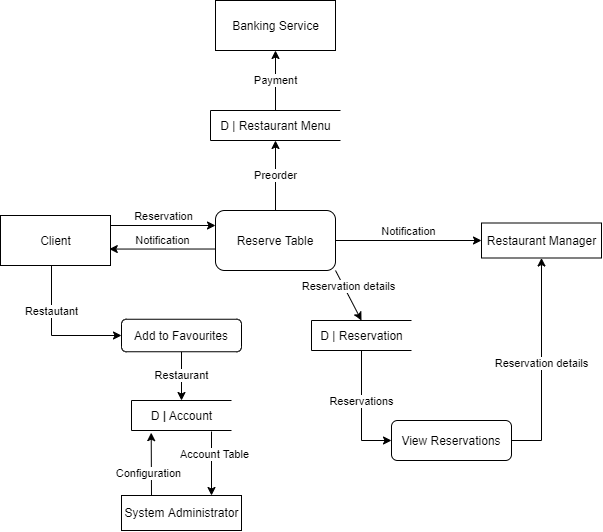
This is rezervito-hw-03/Rezervito Diagrams/Data Flow LVL1.png from ivanchuchulski/fmi-requirements-analisys, a draw.io export, as it was before one commit. Source tidied: cells renumbered, new cells last; positions are measured from the earlier drawing's top-left corner, leaving out a move shared by most shapes. Source of this version:
```xml
<mxGraphModel>
  <root>
    <mxCell id="0" />
    <mxCell id="1" parent="0" />
    <mxCell id="2" style="edgeStyle=orthogonalEdgeStyle;rounded=0;jettySize=auto;html=1;startArrow=none;startFill=0;entryX=0;entryY=0.5;entryDx=0;entryDy=0;exitX=0.5;exitY=1;exitDx=0;exitDy=0;" parent="1" edge="1" source="4" target="24">
      <mxGeometry relative="1" as="geometry">
        <Array as="points">
          <mxPoint x="51" y="265" />
          <mxPoint x="51" y="335" />
        </Array>
      </mxGeometry>
    </mxCell>
    <mxCell id="3" value="Restautant" style="edgeLabel;html=1;align=center;verticalAlign=middle;" parent="2" vertex="1">
      <mxGeometry x="-0.31" relative="1" as="geometry" />
    </mxCell>
    <mxCell id="4" value="Client" style="html=1;dashed=0;whitespace=wrap;" parent="1" vertex="1">
      <mxGeometry y="215" width="110" height="50" as="geometry" />
    </mxCell>
    <mxCell id="5" value="Banking Service" style="html=1;dashed=0;whitespace=wrap;" parent="1" vertex="1">
      <mxGeometry x="215" width="120" height="50" as="geometry" />
    </mxCell>
    <mxCell id="6" value="System Administrator" style="html=1;dashed=0;whitespace=wrap;" parent="1" vertex="1">
      <mxGeometry x="121" y="495" width="120" height="35" as="geometry" />
    </mxCell>
    <mxCell id="7" value="Restaurant Manager" style="html=1;dashed=0;whitespace=wrap;" parent="1" vertex="1">
      <mxGeometry x="481" y="222.5" width="120" height="35" as="geometry" />
    </mxCell>
    <mxCell id="8" value="Payment" style="endArrow=classic;startArrow=none;html=1;exitX=0.5;exitY=0;exitDx=0;exitDy=0;entryX=0.5;entryY=1;entryDx=0;entryDy=0;startFill=0;" parent="1" edge="1" source="15" target="5">
      <mxGeometry relative="1" as="geometry" />
    </mxCell>
    <mxCell id="9" value="Preorder" style="edgeStyle=orthogonalEdgeStyle;rounded=0;jettySize=auto;html=1;entryX=0.5;entryY=1;entryDx=0;entryDy=0;startArrow=none;startFill=0;" parent="1" edge="1" source="10" target="15">
      <mxGeometry relative="1" as="geometry" />
    </mxCell>
    <mxCell id="10" value="Reserve Table" style="rounded=1;whiteSpace=wrap;html=1;" parent="1" vertex="1">
      <mxGeometry x="215" y="210" width="120" height="60" as="geometry" />
    </mxCell>
    <mxCell id="11" value="Reservations" style="edgeStyle=orthogonalEdgeStyle;rounded=0;jettySize=auto;html=1;entryX=0;entryY=0.5;entryDx=0;entryDy=0;startArrow=none;startFill=0;verticalAlign=bottom;" parent="1" edge="1" source="12" target="22">
      <mxGeometry relative="1" as="geometry">
        <Array as="points">
          <mxPoint x="361" y="440" />
        </Array>
      </mxGeometry>
    </mxCell>
    <mxCell id="12" value="D | Reservation" style="html=1;dashed=0;whitespace=wrap;shape=partialRectangle;right=0;" parent="1" vertex="1">
      <mxGeometry x="311" y="320" width="100" height="30" as="geometry" />
    </mxCell>
    <mxCell id="13" value="D &lt;b&gt;|&lt;/b&gt;&amp;nbsp;Account" style="html=1;dashed=0;whitespace=wrap;shape=partialRectangle;right=0;" parent="1" vertex="1">
      <mxGeometry x="131" y="400" width="100" height="30" as="geometry" />
    </mxCell>
    <mxCell id="14" value="Reservation" style="endArrow=classic;startArrow=none;html=1;entryX=0;entryY=0.25;entryDx=0;entryDy=0;startFill=0;verticalAlign=bottom;" parent="1" edge="1" target="10">
      <mxGeometry relative="1" as="geometry">
        <mxPoint x="110" y="225" as="sourcePoint" />
      </mxGeometry>
    </mxCell>
    <mxCell id="15" value="D | Restaurant Menu" style="html=1;dashed=0;whitespace=wrap;shape=partialRectangle;right=0;" parent="1" vertex="1">
      <mxGeometry x="210" y="110" width="130" height="30" as="geometry" />
    </mxCell>
    <mxCell id="16" value="Notification" style="endArrow=classic;startArrow=none;html=1;entryX=0.989;entryY=0.671;entryDx=0;entryDy=0;startFill=0;verticalAlign=bottom;exitX=-0.005;exitY=0.642;exitDx=0;exitDy=0;exitPerimeter=0;entryPerimeter=0;" parent="1" edge="1" source="10" target="4">
      <mxGeometry relative="1" as="geometry" />
    </mxCell>
    <mxCell id="17" value="Notification" style="endArrow=classic;startArrow=none;html=1;entryX=0;entryY=0.5;entryDx=0;entryDy=0;startFill=0;verticalAlign=bottom;exitX=1;exitY=0.5;exitDx=0;exitDy=0;" parent="1" edge="1" source="10" target="7">
      <mxGeometry relative="1" as="geometry" />
    </mxCell>
    <mxCell id="18" value="Reservation details" style="endArrow=classic;startArrow=none;html=1;entryX=0.5;entryY=0;entryDx=0;entryDy=0;startFill=0;verticalAlign=bottom;exitX=1;exitY=1;exitDx=0;exitDy=0;" parent="1" edge="1" source="10" target="12">
      <mxGeometry relative="1" as="geometry" />
    </mxCell>
    <mxCell id="19" style="edgeStyle=orthogonalEdgeStyle;rounded=0;orthogonalLoop=1;jettySize=auto;html=1;exitX=0.5;exitY=1;exitDx=0;exitDy=0;startArrow=none;startFill=0;" parent="1" edge="1" source="12" target="12">
      <mxGeometry relative="1" as="geometry" />
    </mxCell>
    <mxCell id="20" value="Configuration" style="endArrow=classic;startArrow=none;html=1;startFill=0;verticalAlign=middle;exitX=0.25;exitY=0;exitDx=0;exitDy=0;entryX=0.197;entryY=1.072;entryDx=0;entryDy=0;entryPerimeter=0;" parent="1" edge="1" source="6" target="13">
      <mxGeometry x="-0.27" y="3" relative="1" as="geometry" />
    </mxCell>
    <mxCell id="21" value="&lt;span style=&quot;color: rgb(0 , 0 , 0) ; font-family: &amp;#34;helvetica&amp;#34; ; font-size: 11px ; font-style: normal ; font-weight: 400 ; letter-spacing: normal ; text-align: center ; text-indent: 0px ; text-transform: none ; word-spacing: 0px ; background-color: rgb(255 , 255 , 255) ; float: none ; display: inline&quot;&gt;Reservation details&lt;/span&gt;&lt;br&gt;" style="edgeStyle=orthogonalEdgeStyle;rounded=0;jettySize=auto;html=1;startArrow=none;startFill=0;entryX=0.5;entryY=1;entryDx=0;entryDy=0;exitX=1;exitY=0.5;exitDx=0;exitDy=0;" parent="1" edge="1" source="22" target="7">
      <mxGeometry relative="1" as="geometry">
        <Array as="points">
          <mxPoint x="541" y="440" />
        </Array>
      </mxGeometry>
    </mxCell>
    <mxCell id="22" value="View Reservations" style="rounded=1;whiteSpace=wrap;html=1;" parent="1" vertex="1">
      <mxGeometry x="391" y="420" width="120" height="40" as="geometry" />
    </mxCell>
    <mxCell id="23" value="Restaurant" style="edgeStyle=orthogonalEdgeStyle;rounded=0;jettySize=auto;html=1;entryX=0.5;entryY=0;entryDx=0;entryDy=0;startArrow=none;startFill=0;" parent="1" edge="1" source="24" target="13">
      <mxGeometry relative="1" as="geometry" />
    </mxCell>
    <mxCell id="24" value="Add to Favourites" style="rounded=1;whiteSpace=wrap;html=1;" parent="1" vertex="1">
      <mxGeometry x="121" y="318.8" width="120" height="32.5" as="geometry" />
    </mxCell>
    <mxCell id="25" value="Account Table" style="endArrow=classic;startArrow=none;html=1;startFill=0;verticalAlign=middle;entryX=0.75;entryY=0;entryDx=0;entryDy=0;" parent="1" edge="1" target="6">
      <mxGeometry x="-0.27" y="3" relative="1" as="geometry">
        <mxPoint x="211" y="431" as="sourcePoint" />
      </mxGeometry>
    </mxCell>
  </root>
</mxGraphModel>
```
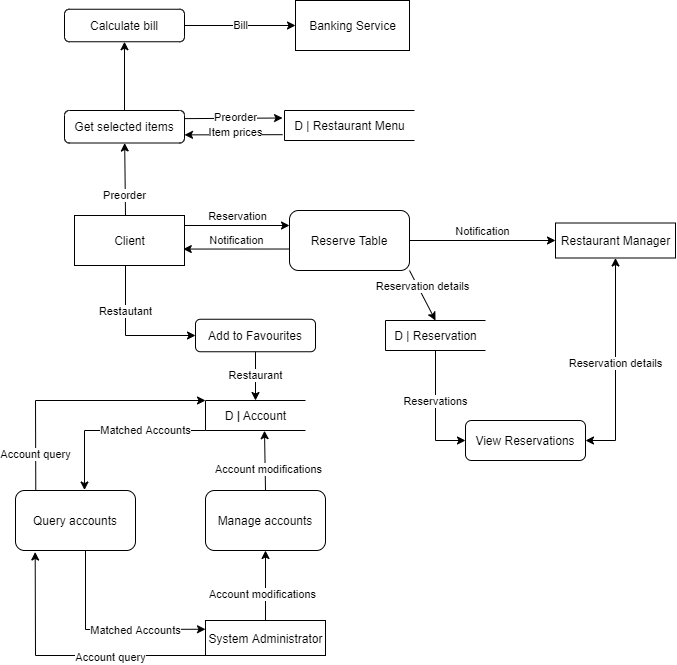
Later version of the same file.

Commit message:
Modify DataFlow diagram

The edit, as a diff of the source:
```diff
@@ -17,20 +17,17 @@
       <mxGeometry y="215" width="110" height="50" as="geometry" />
     </mxCell>
     <mxCell id="5" value="Banking Service" style="html=1;dashed=0;whitespace=wrap;" parent="1" vertex="1">
-      <mxGeometry x="215" width="120" height="50" as="geometry" />
+      <mxGeometry x="221" width="114" height="50" as="geometry" />
     </mxCell>
     <mxCell id="6" value="System Administrator" style="html=1;dashed=0;whitespace=wrap;" parent="1" vertex="1">
-      <mxGeometry x="121" y="495" width="120" height="35" as="geometry" />
+      <mxGeometry x="131" y="620" width="120" height="35" as="geometry" />
     </mxCell>
     <mxCell id="7" value="Restaurant Manager" style="html=1;dashed=0;whitespace=wrap;" parent="1" vertex="1">
       <mxGeometry x="481" y="222.5" width="120" height="35" as="geometry" />
     </mxCell>
-    <mxCell id="8" value="Payment" style="endArrow=classic;startArrow=none;html=1;exitX=0.5;exitY=0;exitDx=0;exitDy=0;entryX=0.5;entryY=1;entryDx=0;entryDy=0;startFill=0;" parent="1" edge="1" source="15" target="5">
+    <mxCell id="8" value="Bill" style="endArrow=classic;startArrow=none;html=1;entryX=0;entryY=0.5;entryDx=0;entryDy=0;startFill=0;exitX=1;exitY=0.5;exitDx=0;exitDy=0;" parent="1" edge="1" source="31" target="5">
       <mxGeometry relative="1" as="geometry" />
     </mxCell>
-    <mxCell id="9" value="Preorder" style="edgeStyle=orthogonalEdgeStyle;rounded=0;jettySize=auto;html=1;entryX=0.5;entryY=1;entryDx=0;entryDy=0;startArrow=none;startFill=0;" parent="1" edge="1" source="10" target="15">
-      <mxGeometry relative="1" as="geometry" />
-    </mxCell>
     <mxCell id="10" value="Reserve Table" style="rounded=1;whiteSpace=wrap;html=1;" parent="1" vertex="1">
       <mxGeometry x="215" y="210" width="120" height="60" as="geometry" />
     </mxCell>
@@ -67,10 +64,10 @@
     <mxCell id="19" style="edgeStyle=orthogonalEdgeStyle;rounded=0;orthogonalLoop=1;jettySize=auto;html=1;exitX=0.5;exitY=1;exitDx=0;exitDy=0;startArrow=none;startFill=0;" parent="1" edge="1" source="12" target="12">
       <mxGeometry relative="1" as="geometry" />
     </mxCell>
-    <mxCell id="20" value="Configuration" style="endArrow=classic;startArrow=none;html=1;startFill=0;verticalAlign=middle;exitX=0.25;exitY=0;exitDx=0;exitDy=0;entryX=0.197;entryY=1.072;entryDx=0;entryDy=0;entryPerimeter=0;" parent="1" edge="1" source="6" target="13">
+    <mxCell id="20" value="Account modifications" style="endArrow=classic;startArrow=none;html=1;startFill=0;verticalAlign=middle;" parent="1" edge="1" source="6" target="35">
       <mxGeometry x="-0.27" y="3" relative="1" as="geometry" />
     </mxCell>
-    <mxCell id="21" value="&lt;span style=&quot;color: rgb(0 , 0 , 0) ; font-family: &amp;#34;helvetica&amp;#34; ; font-size: 11px ; font-style: normal ; font-weight: 400 ; letter-spacing: normal ; text-align: center ; text-indent: 0px ; text-transform: none ; word-spacing: 0px ; background-color: rgb(255 , 255 , 255) ; float: none ; display: inline&quot;&gt;Reservation details&lt;/span&gt;&lt;br&gt;" style="edgeStyle=orthogonalEdgeStyle;rounded=0;jettySize=auto;html=1;startArrow=none;startFill=0;entryX=0.5;entryY=1;entryDx=0;entryDy=0;exitX=1;exitY=0.5;exitDx=0;exitDy=0;" parent="1" edge="1" source="22" target="7">
+    <mxCell id="21" value="&lt;span style=&quot;color: rgb(0 , 0 , 0) ; font-family: &amp;#34;helvetica&amp;#34; ; font-size: 11px ; font-style: normal ; font-weight: 400 ; letter-spacing: normal ; text-align: center ; text-indent: 0px ; text-transform: none ; word-spacing: 0px ; background-color: rgb(255 , 255 , 255) ; float: none ; display: inline&quot;&gt;Reservation details&lt;/span&gt;&lt;br&gt;" style="edgeStyle=orthogonalEdgeStyle;rounded=0;jettySize=auto;html=1;startArrow=classic;startFill=1;entryX=0.5;entryY=1;entryDx=0;entryDy=0;exitX=1;exitY=0.5;exitDx=0;exitDy=0;" parent="1" edge="1" source="22" target="7">
       <mxGeometry relative="1" as="geometry">
         <Array as="points">
           <mxPoint x="541" y="440" />
@@ -86,10 +83,95 @@
     <mxCell id="24" value="Add to Favourites" style="rounded=1;whiteSpace=wrap;html=1;" parent="1" vertex="1">
       <mxGeometry x="121" y="318.8" width="120" height="32.5" as="geometry" />
     </mxCell>
-    <mxCell id="25" value="Account Table" style="endArrow=classic;startArrow=none;html=1;startFill=0;verticalAlign=middle;entryX=0.75;entryY=0;entryDx=0;entryDy=0;" parent="1" edge="1" target="6">
-      <mxGeometry x="-0.27" y="3" relative="1" as="geometry">
-        <mxPoint x="211" y="431" as="sourcePoint" />
-      </mxGeometry>
-    </mxCell>
+    <mxCell id="26" value="Get selected items" style="rounded=1;whiteSpace=wrap;html=1;" parent="1" vertex="1">
+      <mxGeometry x="-10" y="110" width="120" height="32.5" as="geometry" />
+    </mxCell>
+    <mxCell id="27" style="endArrow=classic;html=1;rounded=0;" parent="1" edge="1" target="26">
+      <mxGeometry relative="1" as="geometry">
+        <mxPoint x="51" y="215" as="sourcePoint" />
+      </mxGeometry>
+    </mxCell>
+    <mxCell id="28" value="Preorder" style="edgeLabel;html=1;align=center;verticalAlign=middle;" parent="27" vertex="1">
+      <mxGeometry x="-0.44" y="1" relative="1" as="geometry" />
+    </mxCell>
+    <mxCell id="29" style="endArrow=classic;html=1;rounded=0;exitX=1;exitY=0.25;exitDx=0;exitDy=0;startArrow=none;startFill=0;entryX=-0.015;entryY=0.25;entryDx=0;entryDy=0;entryPerimeter=0;" parent="1" edge="1" source="26" target="15">
+      <mxGeometry relative="1" as="geometry" />
+    </mxCell>
+    <mxCell id="30" value="Preorder" style="edgeLabel;html=1;align=center;verticalAlign=middle;" parent="29" vertex="1">
+      <mxGeometry x="-0.2" relative="1" as="geometry">
+        <mxPoint x="11" y="-0.9" as="offset" />
+      </mxGeometry>
+    </mxCell>
+    <mxCell id="31" value="Calculate bill" style="rounded=1;whiteSpace=wrap;html=1;" parent="1" vertex="1">
+      <mxGeometry x="-10" y="8.8" width="120" height="32.5" as="geometry" />
+    </mxCell>
+    <mxCell id="32" style="endArrow=classic;html=1;entryX=1;entryY=0.75;entryDx=0;entryDy=0;exitX=-0.015;exitY=0.806;exitDx=0;exitDy=0;exitPerimeter=0;" parent="1" edge="1" source="15" target="26">
+      <mxGeometry relative="1" as="geometry" />
+    </mxCell>
+    <mxCell id="33" value="Item prices" style="edgeLabel;html=1;align=center;verticalAlign=middle;" parent="32" vertex="1">
+      <mxGeometry x="-0.28" y="-3" relative="1" as="geometry">
+        <mxPoint x="-11.2" as="offset" />
+      </mxGeometry>
+    </mxCell>
+    <mxCell id="34" style="endArrow=classic;html=1;" parent="1" edge="1" source="26" target="31">
+      <mxGeometry relative="1" as="geometry" />
+    </mxCell>
+    <mxCell id="35" value="Manage accounts" style="rounded=1;whiteSpace=wrap;html=1;" parent="1" vertex="1">
+      <mxGeometry x="131" y="490" width="120" height="60" as="geometry" />
+    </mxCell>
+    <mxCell id="36" style="endArrow=classic;html=1;exitX=0.5;exitY=0;exitDx=0;exitDy=0;entryX=0.59;entryY=1.006;entryDx=0;entryDy=0;entryPerimeter=0;" parent="1" edge="1" source="35" target="13">
+      <mxGeometry relative="1" as="geometry" />
+    </mxCell>
+    <mxCell id="37" value="Account modifications" style="edgeLabel;html=1;align=center;verticalAlign=middle;" parent="36" vertex="1">
+      <mxGeometry x="-0.27" y="-3" relative="1" as="geometry" />
+    </mxCell>
+    <mxCell id="38" value="Query accounts" style="rounded=1;whiteSpace=wrap;html=1;" parent="1" vertex="1">
+      <mxGeometry x="-59" y="490" width="120" height="60" as="geometry" />
+    </mxCell>
+    <mxCell id="39" style="endArrow=classic;html=1;entryX=0.164;entryY=1.025;entryDx=0;entryDy=0;entryPerimeter=0;exitX=0;exitY=1;exitDx=0;exitDy=0;rounded=0;" parent="1" edge="1" source="6" target="38">
+      <mxGeometry relative="1" as="geometry">
+        <Array as="points">
+          <mxPoint x="-39" y="655" />
+        </Array>
+      </mxGeometry>
+    </mxCell>
+    <mxCell id="40" value="Account query" style="edgeLabel;html=1;align=center;verticalAlign=middle;" parent="39" vertex="1">
+      <mxGeometry x="-0.3" y="2" relative="1" as="geometry" />
+    </mxCell>
+    <mxCell id="41" style="endArrow=none;html=1;entryX=0.336;entryY=1.014;entryDx=0;entryDy=0;entryPerimeter=0;exitX=0;exitY=0.25;exitDx=0;exitDy=0;startArrow=classic;startFill=1;endFill=0;rounded=0;" parent="1" edge="1" source="6">
+      <mxGeometry relative="1" as="geometry">
+        <mxPoint x="11" y="550" as="targetPoint" />
+        <Array as="points">
+          <mxPoint x="11" y="629" />
+        </Array>
+      </mxGeometry>
+    </mxCell>
+    <mxCell id="42" value="Matched Accounts" style="edgeLabel;html=1;align=center;verticalAlign=middle;" parent="41" vertex="1">
+      <mxGeometry x="-0.03" y="3" relative="1" as="geometry">
+        <mxPoint x="26.7" y="-1.9" as="offset" />
+      </mxGeometry>
+    </mxCell>
+    <mxCell id="43" style="endArrow=classic;html=1;exitX=0.169;exitY=0.003;exitDx=0;exitDy=0;entryX=0;entryY=0;entryDx=0;entryDy=0;rounded=0;exitPerimeter=0;" parent="1" edge="1" source="38" target="13">
+      <mxGeometry relative="1" as="geometry">
+        <Array as="points">
+          <mxPoint x="-39" y="400" />
+        </Array>
+      </mxGeometry>
+    </mxCell>
+    <mxCell id="44" value="Account query" style="edgeLabel;html=1;align=center;verticalAlign=middle;" parent="43" vertex="1">
+      <mxGeometry x="-0.72" y="1" relative="1" as="geometry" />
+    </mxCell>
+    <mxCell id="45" style="endArrow=classic;html=1;entryX=0.575;entryY=-0.008;entryDx=0;entryDy=0;exitX=0;exitY=1;exitDx=0;exitDy=0;rounded=0;entryPerimeter=0;" parent="1" edge="1" source="13" target="38">
+      <mxGeometry relative="1" as="geometry">
+        <Array as="points">
+          <mxPoint x="10" y="430" />
+        </Array>
+      </mxGeometry>
+    </mxCell>
+    <mxCell id="46" value="Matched Accounts" style="edgeLabel;html=1;align=center;verticalAlign=middle;" parent="45" vertex="1">
+      <mxGeometry x="-0.18" y="-2" relative="1" as="geometry">
+        <mxPoint x="14.2" y="2" as="offset" />
+      </mxGeometry>
+    </mxCell>
   </root>
 </mxGraphModel>
```
